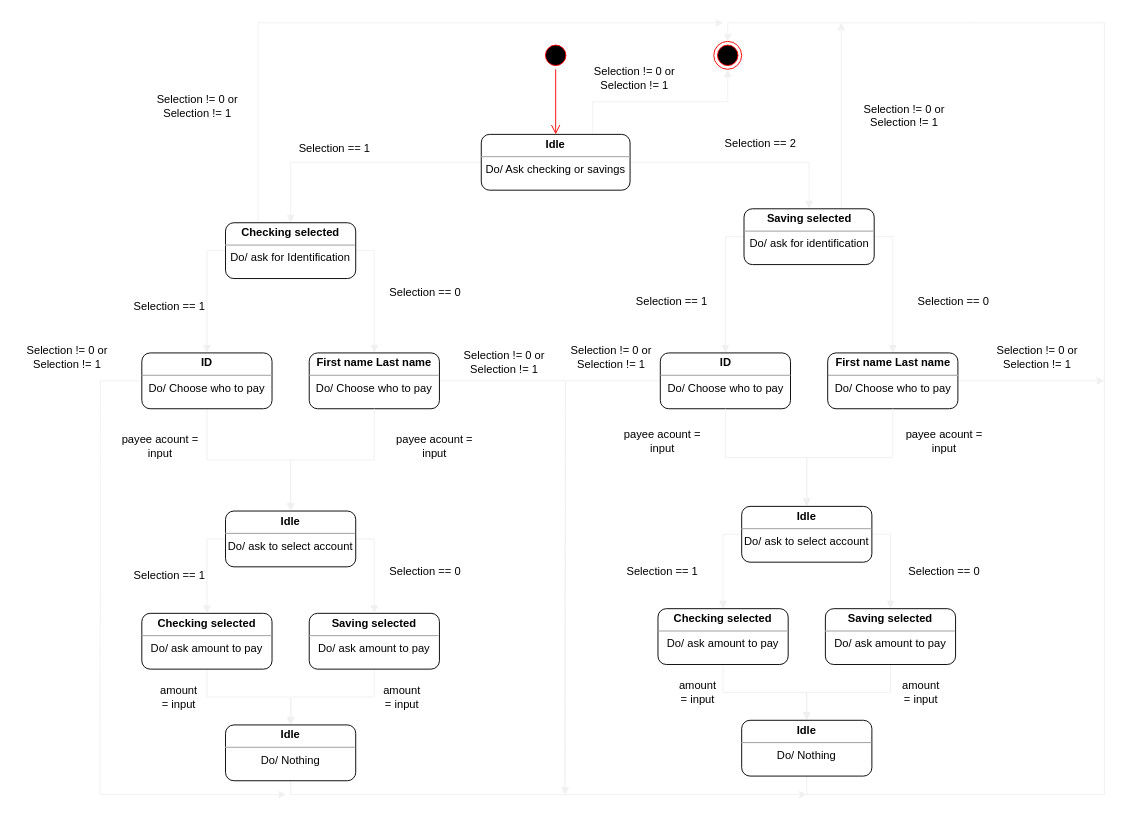
Ocor17/Simple-Banking-Application keeps this draw.io diagram as page "UML State Diagram" (2 of 2) of Untitled Diagram.drawio. Above is the earlier version. Source tidied: cells renumbered, new cells numbered last; positions are measured from the earlier drawing's top-left corner, leaving out a move shared by most shapes. Both pictures are drawn from the tidied source at 93%, with x=0, y=0 at pixel (16, 22).
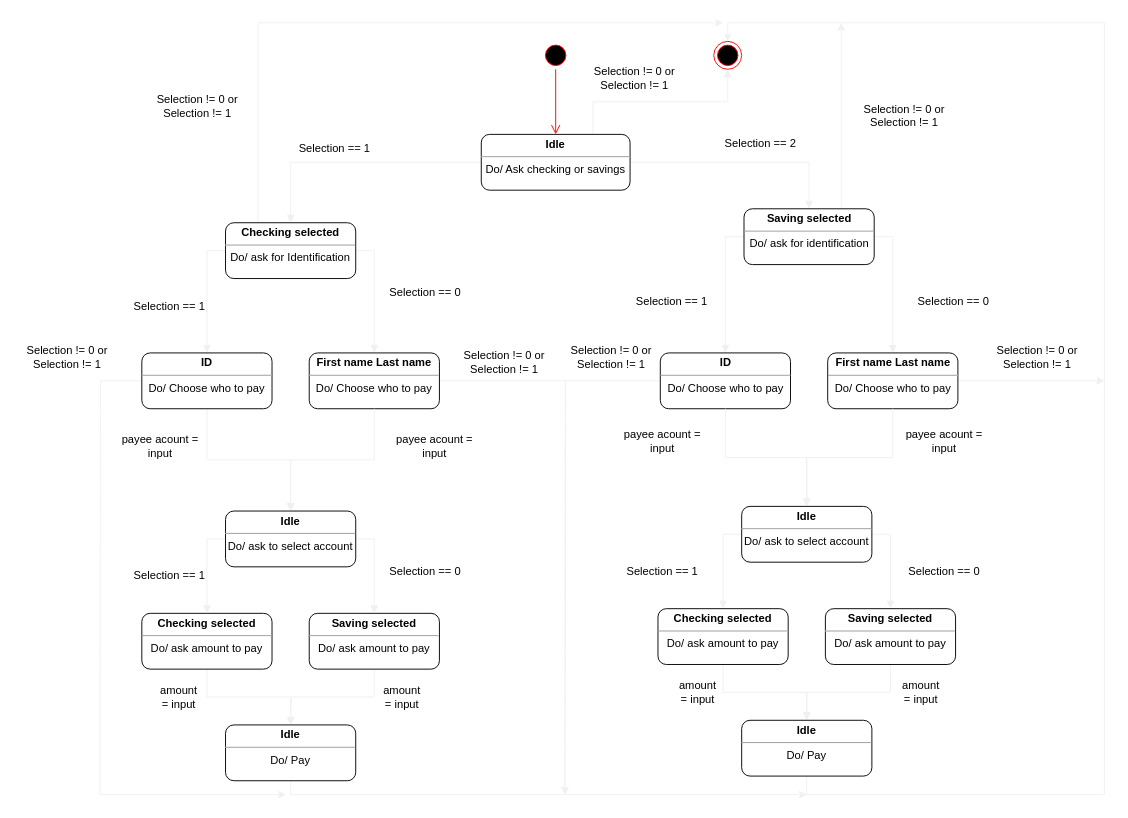
After the change.

Change to the diagram source:
```diff
@@
-    <mxCell id="58" value="&lt;p style=&quot;margin: 0px ; margin-top: 4px ; text-align: center&quot;&gt;&lt;b&gt;Idle&lt;/b&gt;&lt;/p&gt;&lt;hr size=&quot;1&quot;&gt;&lt;div style=&quot;text-align: center ; height: 2px&quot;&gt;Do/ Nothing&lt;/div&gt;" style="verticalAlign=top;align=left;overflow=fill;fontSize=12;fontFamily=Helvetica;html=1;fillColor=none;rounded=1;" parent="1" vertex="1">
+    <mxCell id="58" value="&lt;p style=&quot;margin: 0px ; margin-top: 4px ; text-align: center&quot;&gt;&lt;b&gt;Idle&lt;/b&gt;&lt;/p&gt;&lt;hr size=&quot;1&quot;&gt;&lt;div style=&quot;text-align: center ; height: 2px&quot;&gt;Do/ Pay&lt;/div&gt;" style="verticalAlign=top;align=left;overflow=fill;fontSize=12;fontFamily=Helvetica;html=1;fillColor=none;rounded=1;" parent="1" vertex="1">
       <mxGeometry x="225" y="755" width="140" height="60" as="geometry" />
     </mxCell>
@@
-    <mxCell id="60" value="&lt;p style=&quot;margin: 0px ; margin-top: 4px ; text-align: center&quot;&gt;&lt;b&gt;Idle&lt;/b&gt;&lt;/p&gt;&lt;hr size=&quot;1&quot;&gt;&lt;div style=&quot;text-align: center ; height: 2px&quot;&gt;Do/ Nothing&lt;/div&gt;" style="verticalAlign=top;align=left;overflow=fill;fontSize=12;fontFamily=Helvetica;html=1;fillColor=none;rounded=1;" parent="1" vertex="1">
+    <mxCell id="60" value="&lt;p style=&quot;margin: 0px ; margin-top: 4px ; text-align: center&quot;&gt;&lt;b&gt;Idle&lt;/b&gt;&lt;/p&gt;&lt;hr size=&quot;1&quot;&gt;&lt;div style=&quot;text-align: center ; height: 2px&quot;&gt;Do/ Pay&lt;/div&gt;" style="verticalAlign=top;align=left;overflow=fill;fontSize=12;fontFamily=Helvetica;html=1;fillColor=none;rounded=1;" parent="1" vertex="1">
       <mxGeometry x="780" y="750" width="140" height="60" as="geometry" />
     </mxCell>
```
